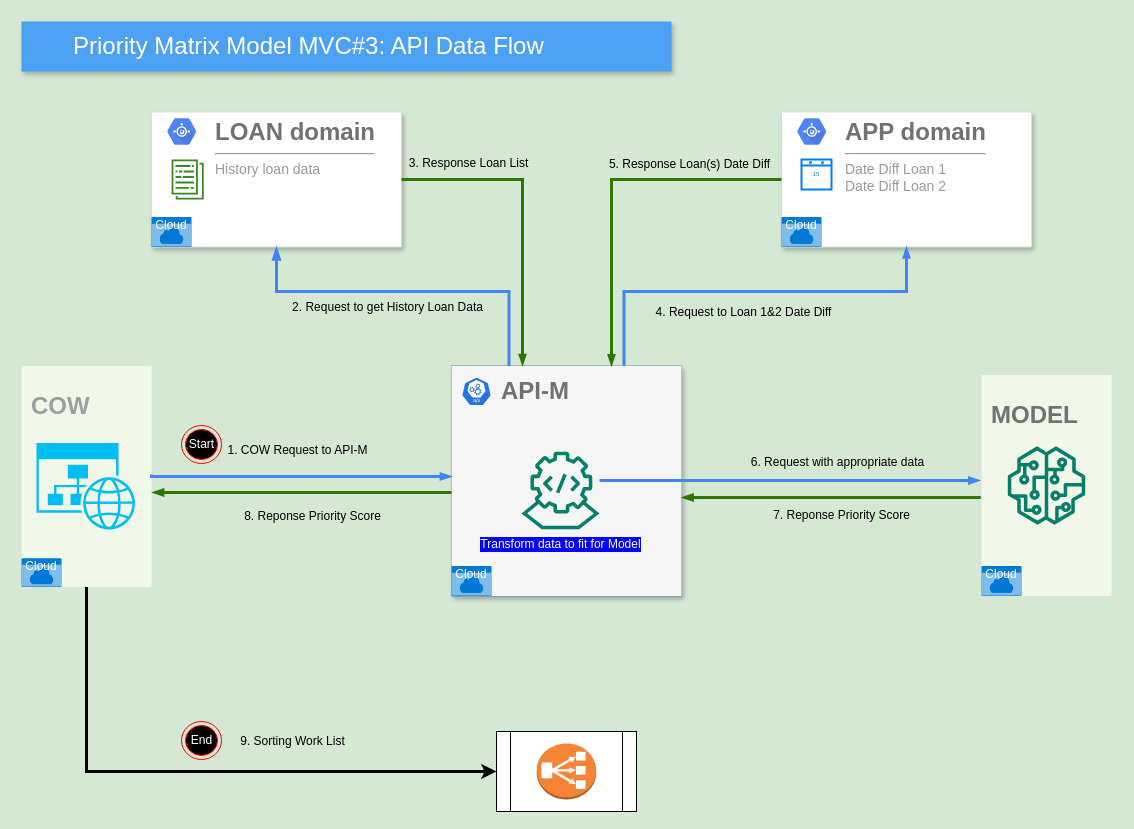
Before: PriorityMatrixAPIDataFlow.drawio in kencheril/keep, a draw.io diagram. Source tidied: cells renumbered, new cells numbered last; positions are measured from the earlier drawing's top-left corner, leaving out a move shared by most shapes. Both pictures are drawn from the tidied source at 100%, with x=0, y=0 at pixel (-77, 21).
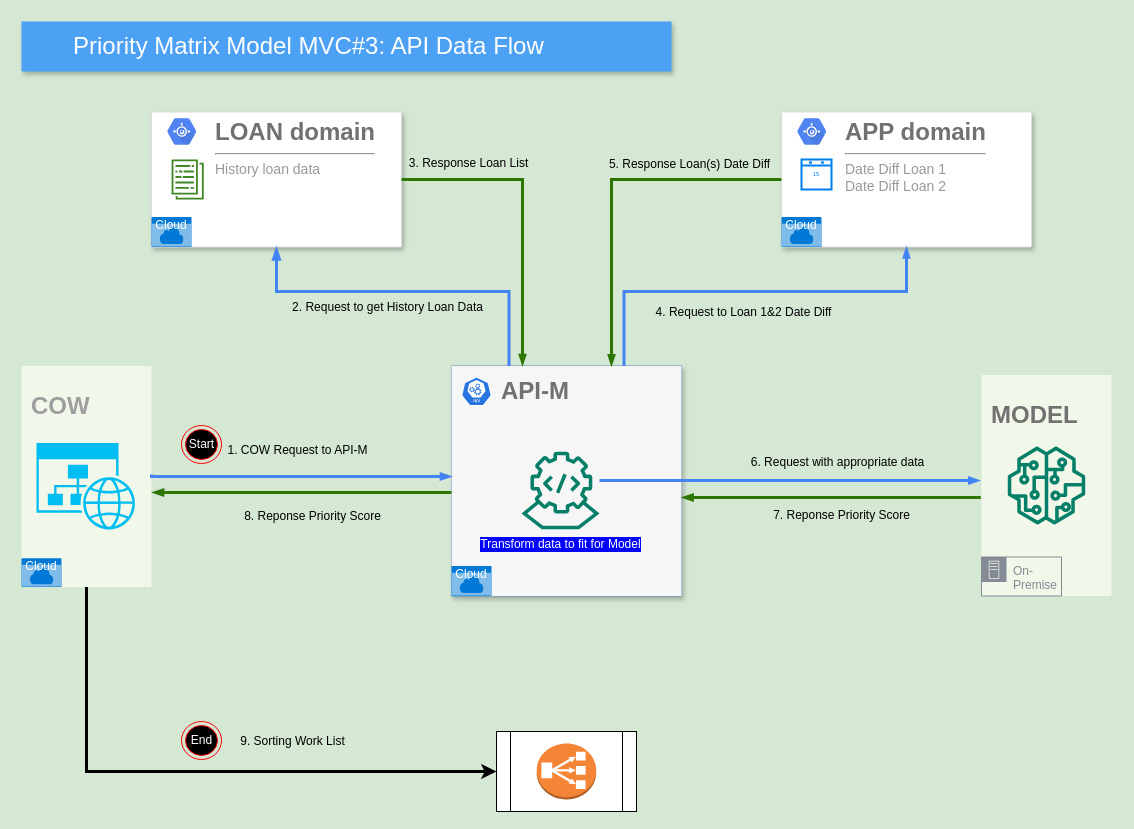
After the change.

Unchanged cells that the change refers to:
```xml
<mxCell id="9" style="group;shadow=1;" parent="1" vertex="1">
  <mxGeometry x="1058" y="353.5" width="130" height="221" as="geometry" />
</mxCell>
```

Diff of the diagram source:
```diff
@@
-    <mxCell id="12" value="Cloud" style="html=1;whiteSpace=wrap;strokeColor=none;fillColor=#0079D6;labelPosition=center;verticalLabelPosition=middle;verticalAlign=top;align=center;fontSize=12;spacingTop=-6;fontColor=#FFFFFF;sketch=0;shape=mxgraph.sitemap.cloud;" parent="9" vertex="1">
-      <mxGeometry y="191" width="40" height="30" as="geometry" />
-    </mxCell>
+    <mxCell id="47" value="On-Premise" style="sketch=0;gradientColor=none;html=1;whiteSpace=wrap;fontSize=12;fontStyle=0;shape=mxgraph.aws4.group;grIcon=mxgraph.aws4.group_on_premise;strokeColor=#858B94;fillColor=none;verticalAlign=top;align=left;spacingLeft=30;fontColor=#858B94;dashed=0;" parent="9" vertex="1">
+      <mxGeometry y="182" width="80" height="39" as="geometry" />
+    </mxCell>
```
